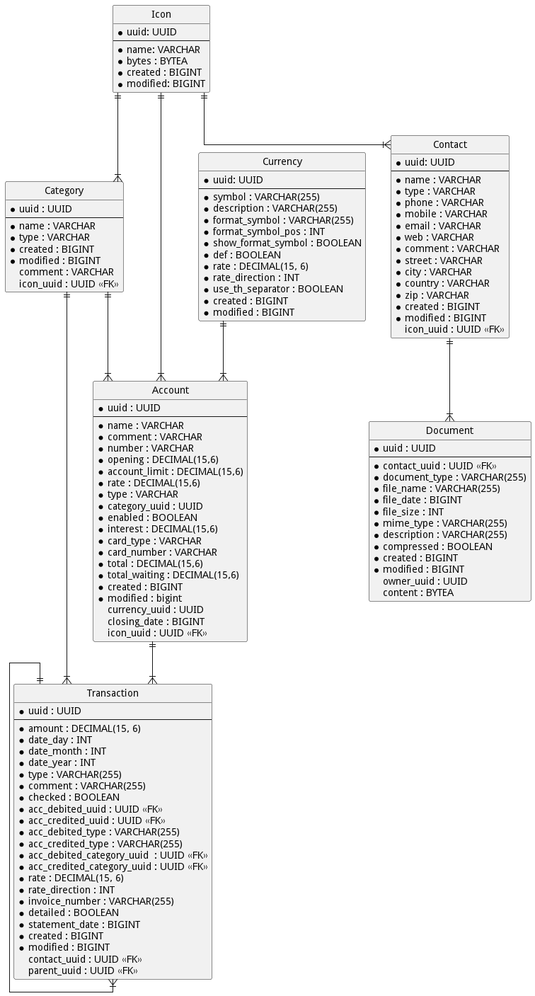
Before: docs/images/schema.png, a diagram exported from PlantUML (petr-panteleyev/money-manager). The source it was exported from:
```plantuml
@startuml

hide circle
skinparam linetype ortho

entity Icon {
    * uuid: UUID
    --
    * name: VARCHAR
    * bytes : BYTEA
    * created : BIGINT
    * modified: BIGINT
}

entity Category {
    * uuid : UUID
    --
    * name : VARCHAR
    * type : VARCHAR
    * created : BIGINT
    * modified : BIGINT
    comment : VARCHAR
    icon_uuid : UUID <<FK>>
}

entity Currency {
    * uuid: UUID
    --
    * symbol : VARCHAR(255)
    * description : VARCHAR(255)
    * format_symbol : VARCHAR(255)
    * format_symbol_pos : INT
    * show_format_symbol : BOOLEAN
    * def : BOOLEAN
    * rate : DECIMAL(15, 6)
    * rate_direction : INT
    * use_th_separator : BOOLEAN
    * created : BIGINT
    * modified : BIGINT
}

entity Contact {
    * uuid: UUID
    --
    * name : VARCHAR
    * type : VARCHAR
    * phone : VARCHAR
    * mobile : VARCHAR
    * email : VARCHAR
    * web : VARCHAR
    * comment : VARCHAR
    * street : VARCHAR
    * city : VARCHAR
    * country : VARCHAR
    * zip : VARCHAR
    * created : BIGINT
    * modified : BIGINT
    icon_uuid : UUID <<FK>>
}

entity Document {
    * uuid : UUID
    --
    * contact_uuid : UUID <<FK>>
    * document_type : VARCHAR(255)
    * file_name : VARCHAR(255)
    * file_date : BIGINT
    * file_size : INT
    * mime_type : VARCHAR(255)
    * description : VARCHAR(255)
    * compressed : BOOLEAN
    * created : BIGINT
    * modified : BIGINT
    owner_uuid : UUID
    content : BYTEA
}

entity Account {
    * uuid : UUID
    --
    * name : VARCHAR
    * comment : VARCHAR
    * number : VARCHAR
    * opening : DECIMAL(15,6)
    * account_limit : DECIMAL(15,6)
    * rate : DECIMAL(15,6)
    * type : VARCHAR
    * category_uuid : UUID
    * enabled : BOOLEAN
    * interest : DECIMAL(15,6)
    * card_type : VARCHAR
    * card_number : VARCHAR
    * total : DECIMAL(15,6)
    * total_waiting : DECIMAL(15,6)
    * created : BIGINT
    * modified : bigint
    currency_uuid : UUID
    closing_date : BIGINT
    icon_uuid : UUID <<FK>>
}

entity Transaction {
    * uuid : UUID
    --
    * amount : DECIMAL(15, 6)
    * date_day : INT
    * date_month : INT
    * date_year : INT
    * type : VARCHAR(255)
    * comment : VARCHAR(255)
    * checked : BOOLEAN
    * acc_debited_uuid : UUID <<FK>>
    * acc_credited_uuid : UUID <<FK>>
    * acc_debited_type : VARCHAR(255)
    * acc_credited_type : VARCHAR(255)
    * acc_debited_category_uuid  : UUID <<FK>>
    * acc_credited_category_uuid : UUID <<FK>>
    * rate : DECIMAL(15, 6)
    * rate_direction : INT
    * invoice_number : VARCHAR(255)
    * detailed : BOOLEAN
    * statement_date : BIGINT
    * created : BIGINT
    * modified : BIGINT
    contact_uuid : UUID <<FK>>
    parent_uuid : UUID <<FK>>
}

Icon ||--|{ Category
Icon ||--|{ Contact
Icon ||--|{ Account

Currency ||--|{ Account

Contact ||--|{ Document

Category ||--|{ Account
Category ||--|{ Transaction

Account ||--|{ Transaction

Transaction ||--|{ Transaction

@enduml
```
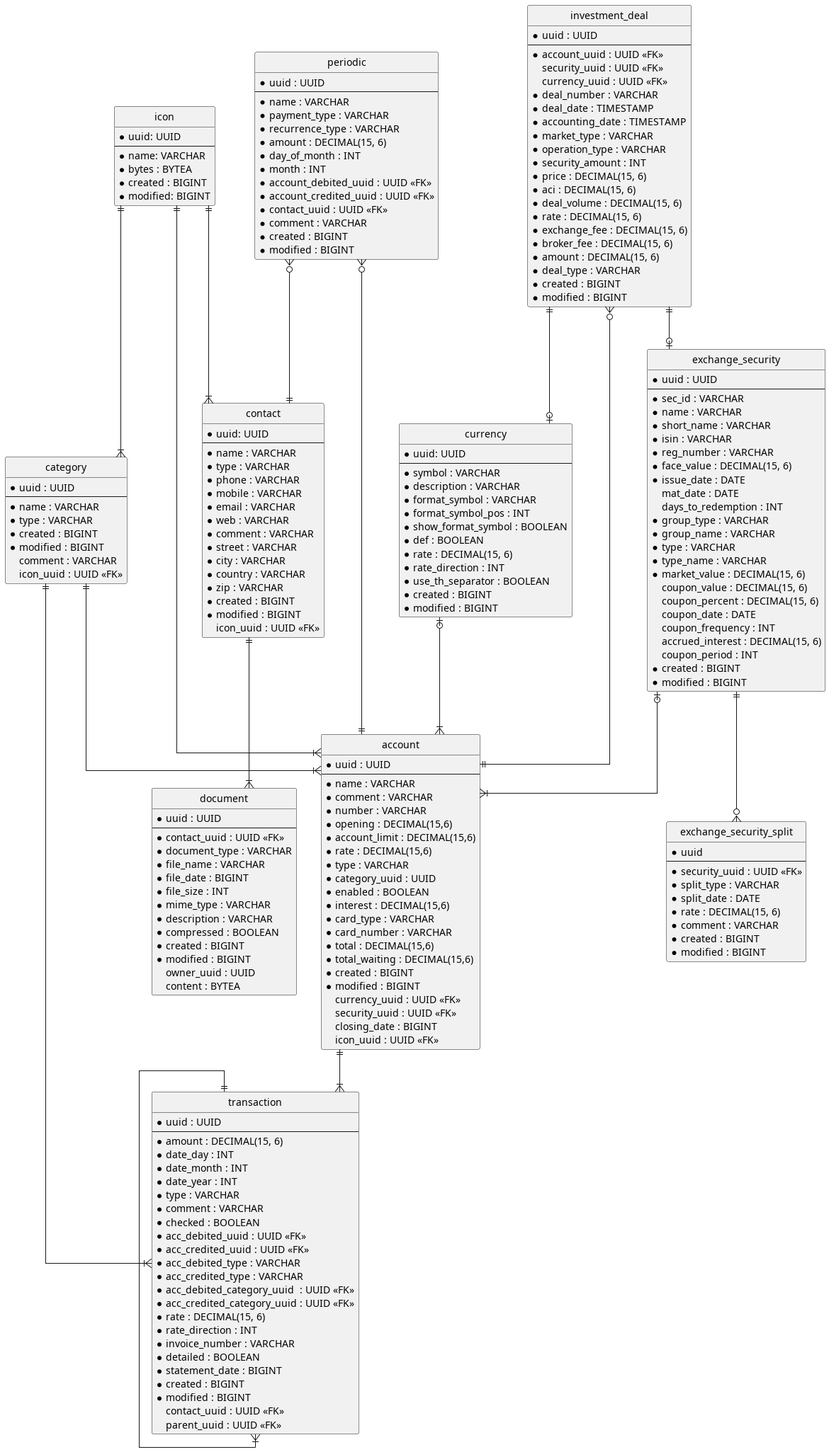
The same diagram one commit later.

What changed in the source:
```diff
@@ -3,7 +3,7 @@
 hide circle
 skinparam linetype ortho
 
-entity Icon {
+entity icon {
     * uuid: UUID
     --
     * name: VARCHAR
@@ -12,7 +12,7 @@
     * modified: BIGINT
 }
 
-entity Category {
+entity category {
     * uuid : UUID
     --
     * name : VARCHAR
@@ -23,12 +23,12 @@
     icon_uuid : UUID <<FK>>
 }
 
-entity Currency {
+entity currency {
     * uuid: UUID
     --
-    * symbol : VARCHAR(255)
-    * description : VARCHAR(255)
-    * format_symbol : VARCHAR(255)
+    * symbol : VARCHAR
+    * description : VARCHAR
+    * format_symbol : VARCHAR
     * format_symbol_pos : INT
     * show_format_symbol : BOOLEAN
     * def : BOOLEAN
@@ -39,7 +39,7 @@
     * modified : BIGINT
 }
 
-entity Contact {
+entity contact {
     * uuid: UUID
     --
     * name : VARCHAR
@@ -58,16 +58,16 @@
     icon_uuid : UUID <<FK>>
 }
 
-entity Document {
+entity document {
     * uuid : UUID
     --
     * contact_uuid : UUID <<FK>>
-    * document_type : VARCHAR(255)
-    * file_name : VARCHAR(255)
+    * document_type : VARCHAR
+    * file_name : VARCHAR
     * file_date : BIGINT
     * file_size : INT
-    * mime_type : VARCHAR(255)
-    * description : VARCHAR(255)
+    * mime_type : VARCHAR
+    * description : VARCHAR
     * compressed : BOOLEAN
     * created : BIGINT
     * modified : BIGINT
@@ -75,7 +75,7 @@
     content : BYTEA
 }
 
-entity Account {
+entity account {
     * uuid : UUID
     --
     * name : VARCHAR
@@ -93,31 +93,32 @@
     * total : DECIMAL(15,6)
     * total_waiting : DECIMAL(15,6)
     * created : BIGINT
-    * modified : bigint
-    currency_uuid : UUID
+    * modified : BIGINT
+    currency_uuid : UUID <<FK>>
+    security_uuid : UUID <<FK>>
     closing_date : BIGINT
     icon_uuid : UUID <<FK>>
 }
 
-entity Transaction {
+entity transaction {
     * uuid : UUID
     --
     * amount : DECIMAL(15, 6)
     * date_day : INT
     * date_month : INT
     * date_year : INT
-    * type : VARCHAR(255)
-    * comment : VARCHAR(255)
+    * type : VARCHAR
+    * comment : VARCHAR
     * checked : BOOLEAN
     * acc_debited_uuid : UUID <<FK>>
     * acc_credited_uuid : UUID <<FK>>
-    * acc_debited_type : VARCHAR(255)
-    * acc_credited_type : VARCHAR(255)
+    * acc_debited_type : VARCHAR
+    * acc_credited_type : VARCHAR
     * acc_debited_category_uuid  : UUID <<FK>>
     * acc_credited_category_uuid : UUID <<FK>>
     * rate : DECIMAL(15, 6)
     * rate_direction : INT
-    * invoice_number : VARCHAR(255)
+    * invoice_number : VARCHAR
     * detailed : BOOLEAN
     * statement_date : BIGINT
     * created : BIGINT
@@ -126,19 +127,109 @@
     parent_uuid : UUID <<FK>>
 }
 
-Icon ||--|{ Category
-Icon ||--|{ Contact
-Icon ||--|{ Account
+entity exchange_security {
+    * uuid : UUID
+    --
+    * sec_id : VARCHAR
+    * name : VARCHAR
+    * short_name : VARCHAR
+    * isin : VARCHAR
+    * reg_number : VARCHAR
+    * face_value : DECIMAL(15, 6)
+    * issue_date : DATE
+    mat_date : DATE
+    days_to_redemption : INT
+    * group_type : VARCHAR
+    * group_name : VARCHAR
+    * type : VARCHAR
+    * type_name : VARCHAR
+    * market_value : DECIMAL(15, 6)
+    coupon_value : DECIMAL(15, 6)
+    coupon_percent : DECIMAL(15, 6)
+    coupon_date : DATE
+    coupon_frequency : INT
+    accrued_interest : DECIMAL(15, 6)
+    coupon_period : INT
+    * created : BIGINT
+    * modified : BIGINT
+}
 
-Currency ||--|{ Account
+entity exchange_security_split {
+    * uuid
+    --
+    * security_uuid : UUID <<FK>>
+    * split_type : VARCHAR
+    * split_date : DATE
+    * rate : DECIMAL(15, 6)
+    * comment : VARCHAR
+    * created : BIGINT
+    * modified : BIGINT
+}
 
-Contact ||--|{ Document
+entity investment_deal {
+    * uuid : UUID
+    --
+    * account_uuid : UUID <<FK>>
+    security_uuid : UUID <<FK>>
+    currency_uuid : UUID <<FK>>
+    * deal_number : VARCHAR
+    * deal_date : TIMESTAMP
+    * accounting_date : TIMESTAMP
+    * market_type : VARCHAR
+    * operation_type : VARCHAR
+    * security_amount : INT
+    * price : DECIMAL(15, 6)
+    * aci : DECIMAL(15, 6)
+    * deal_volume : DECIMAL(15, 6)
+    * rate : DECIMAL(15, 6)
+    * exchange_fee : DECIMAL(15, 6)
+    * broker_fee : DECIMAL(15, 6)
+    * amount : DECIMAL(15, 6)
+    * deal_type : VARCHAR
+    * created : BIGINT
+    * modified : BIGINT
+}
 
-Category ||--|{ Account
-Category ||--|{ Transaction
+entity periodic {
+    * uuid : UUID
+    --
+    * name : VARCHAR
+    * payment_type : VARCHAR
+    * recurrence_type : VARCHAR
+    * amount : DECIMAL(15, 6)
+    * day_of_month : INT
+    * month : INT
+    * account_debited_uuid : UUID <<FK>>
+    * account_credited_uuid : UUID <<FK>>
+    * contact_uuid : UUID <<FK>>
+    * comment : VARCHAR
+    * created : BIGINT
+    * modified : BIGINT
+}
 
-Account ||--|{ Transaction
+icon ||--|{ category
+icon ||--|{ contact
+icon ||--|{ account
 
-Transaction ||--|{ Transaction
+currency |o--|{ account
+exchange_security |o--|{ account
+
+contact ||--|{ document
+
+category ||--|{ account
+category ||--|{ transaction
+
+account ||--|{ transaction
+
+transaction ||--|{ transaction
+
+exchange_security ||--o{ exchange_security_split
+
+investment_deal }o--|| account
+investment_deal ||--o| currency
+investment_deal ||--o| exchange_security
+
+periodic }o--|| account
+periodic }o--|| contact
 
 @enduml
```
